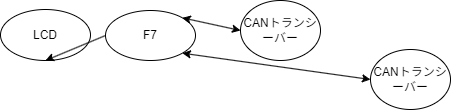
This is ControlerBoard_Power.drawio.png from ladledaemon/UFO_Catcher_drawio, a draw.io export, as it was before one commit. Source tidied: cells renumbered, new cells last; positions are measured from the earlier drawing's top-left corner, leaving out a move shared by most shapes.
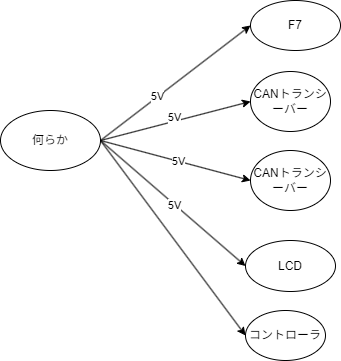
After the change.

Commit message:
コントローラなど

What changed in the source:
```diff
@@ -3,25 +3,49 @@
     <mxCell id="0" />
     <mxCell id="1" parent="0" />
     <mxCell id="2" value="LCD" style="ellipse;whiteSpace=wrap;html=1;" parent="1" vertex="1">
-      <mxGeometry y="9" width="90" height="51" as="geometry" />
+      <mxGeometry x="235" y="169" width="90" height="51" as="geometry" />
     </mxCell>
-    <mxCell id="3" style="endArrow=classic;html=1;exitX=0;exitY=0.5;exitDx=0;exitDy=0;entryX=0.5;entryY=1;entryDx=0;entryDy=0;" parent="1" edge="1" source="4" target="2">
-      <mxGeometry relative="1" as="geometry" />
-    </mxCell>
     <mxCell id="4" value="F7" style="ellipse;whiteSpace=wrap;html=1;" parent="1" vertex="1">
-      <mxGeometry x="105" y="10" width="90" height="50" as="geometry" />
+      <mxGeometry x="240" y="-71" width="90" height="50" as="geometry" />
     </mxCell>
-    <mxCell id="5" style="endArrow=classic;startArrow=classic;html=1;exitX=1;exitY=0;exitDx=0;exitDy=0;entryX=0;entryY=0.5;entryDx=0;entryDy=0;" parent="1" edge="1" source="4" target="7">
-      <mxGeometry relative="1" as="geometry" />
-    </mxCell>
-    <mxCell id="6" style="endArrow=classic;startArrow=classic;html=1;exitX=1;exitY=1;exitDx=0;exitDy=0;entryX=0;entryY=0.5;entryDx=0;entryDy=0;" parent="1" edge="1" source="4" target="8">
-      <mxGeometry relative="1" as="geometry" />
-    </mxCell>
     <mxCell id="7" value="CANトランシーバー" style="ellipse;whiteSpace=wrap;html=1;" parent="1" vertex="1">
       <mxGeometry x="240" width="80" height="60" as="geometry" />
     </mxCell>
     <mxCell id="8" value="CANトランシーバー" style="ellipse;whiteSpace=wrap;html=1;" parent="1" vertex="1">
-      <mxGeometry x="370" y="49" width="80" height="60" as="geometry" />
+      <mxGeometry x="240" y="79" width="80" height="60" as="geometry" />
     </mxCell>
+    <mxCell id="9" style="edgeStyle=none;html=1;exitX=1;exitY=0.5;exitDx=0;exitDy=0;entryX=0;entryY=0.5;entryDx=0;entryDy=0;" parent="1" edge="1" source="18" target="4">
+      <mxGeometry relative="1" as="geometry" />
+    </mxCell>
+    <mxCell id="10" value="5V" style="edgeLabel;html=1;align=center;verticalAlign=middle;" parent="9" vertex="1">
+      <mxGeometry x="-0.23" y="1" relative="1" as="geometry" />
+    </mxCell>
+    <mxCell id="11" style="edgeStyle=none;html=1;exitX=1;exitY=0.5;exitDx=0;exitDy=0;entryX=0;entryY=0.5;entryDx=0;entryDy=0;" parent="1" edge="1" source="18" target="7">
+      <mxGeometry relative="1" as="geometry" />
+    </mxCell>
+    <mxCell id="12" value="5V" style="edgeLabel;html=1;align=center;verticalAlign=middle;" parent="11" vertex="1">
+      <mxGeometry x="-0.01" y="4" relative="1" as="geometry" />
+    </mxCell>
+    <mxCell id="13" style="edgeStyle=none;html=1;exitX=1;exitY=0.5;exitDx=0;exitDy=0;entryX=0;entryY=0.5;entryDx=0;entryDy=0;" parent="1" edge="1" source="18" target="2">
+      <mxGeometry relative="1" as="geometry" />
+    </mxCell>
+    <mxCell id="14" value="5V" style="edgeLabel;html=1;align=center;verticalAlign=middle;" parent="13" vertex="1">
+      <mxGeometry x="0.02" y="-1" relative="1" as="geometry" />
+    </mxCell>
+    <mxCell id="15" style="edgeStyle=none;html=1;exitX=1;exitY=0.5;exitDx=0;exitDy=0;entryX=0;entryY=0.5;entryDx=0;entryDy=0;" parent="1" edge="1" source="18" target="8">
+      <mxGeometry relative="1" as="geometry" />
+    </mxCell>
+    <mxCell id="16" value="5V" style="edgeLabel;html=1;align=center;verticalAlign=middle;" parent="15" vertex="1">
+      <mxGeometry x="0.04" relative="1" as="geometry" />
+    </mxCell>
+    <mxCell id="17" style="edgeStyle=none;html=1;exitX=1;exitY=0.5;exitDx=0;exitDy=0;entryX=0;entryY=0.5;entryDx=0;entryDy=0;" parent="1" edge="1" source="18" target="19">
+      <mxGeometry relative="1" as="geometry" />
+    </mxCell>
+    <mxCell id="18" value="何らか" style="ellipse;whiteSpace=wrap;html=1;" parent="1" vertex="1">
+      <mxGeometry x="-10" y="39" width="100" height="60" as="geometry" />
+    </mxCell>
+    <mxCell id="19" value="コントローラ" style="ellipse;whiteSpace=wrap;html=1;" parent="1" vertex="1">
+      <mxGeometry x="235" y="239" width="80" height="50" as="geometry" />
+    </mxCell>
   </root>
 </mxGraphModel>
```
